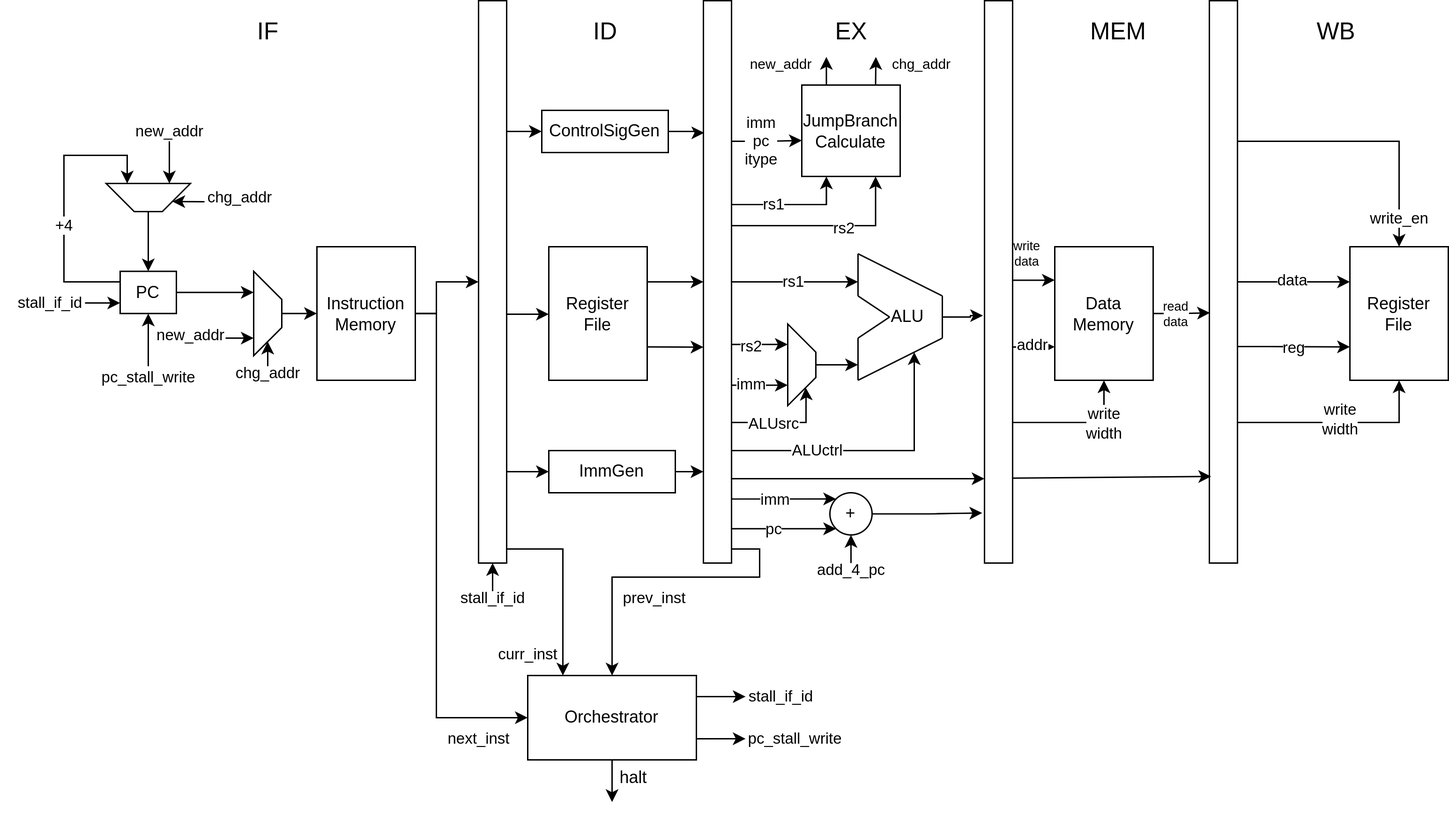
ntpt7921/CompEngProj keeps this draw.io diagram as Report/Slide/FirstStage/image/processor_5stage_pipeline.drawio.png. Above is the earlier version. Source tidied: cells renumbered, new cells last; positions are measured from the earlier drawing's top-left corner, leaving out a move shared by most shapes.
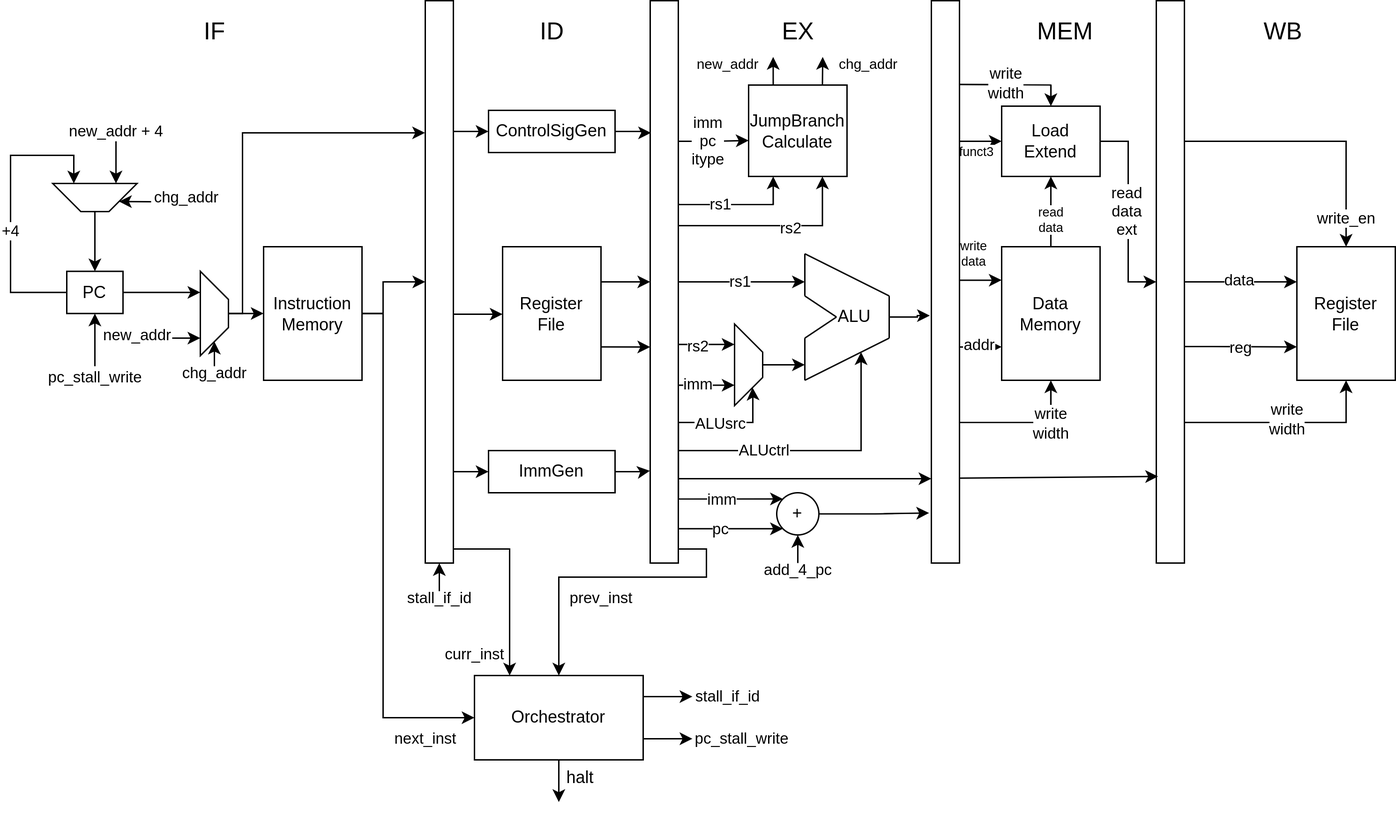
Above is the later version.

Change to the diagram source:
```diff
@@ -5,7 +5,7 @@
     <mxCell id="2" style="edgeStyle=orthogonalEdgeStyle;rounded=0;jettySize=auto;html=1;entryX=0.75;entryY=1;entryDx=0;entryDy=0;" parent="1" edge="1" source="5" target="7">
       <mxGeometry relative="1" as="geometry">
         <Array as="points">
-          <mxPoint x="45" y="200" />
+          <mxPoint x="45" y="208" />
           <mxPoint x="45" y="110" />
           <mxPoint x="90" y="110" />
         </Array>
@@ -26,18 +26,13 @@
     <mxCell id="7" style="shape=trapezoid;perimeter=trapezoidPerimeter;whiteSpace=wrap;html=1;fixedSize=1;direction=west;" parent="1" vertex="1">
       <mxGeometry x="75" y="130" width="60" height="20" as="geometry" />
     </mxCell>
-    <mxCell id="8" style="endArrow=classic;html=1;rounded=0;entryX=0;entryY=0.75;entryDx=0;entryDy=0;" parent="1" edge="1" target="5">
-      <mxGeometry relative="1" as="geometry">
-        <mxPoint x="60" y="215" as="sourcePoint" />
-      </mxGeometry>
-    </mxCell>
     <mxCell id="9" style="endArrow=classic;html=1;rounded=0;entryX=0.25;entryY=1;entryDx=0;entryDy=0;" parent="1" edge="1" target="7">
       <mxGeometry relative="1" as="geometry">
         <mxPoint x="120" y="100" as="sourcePoint" />
       </mxGeometry>
     </mxCell>
-    <mxCell id="10" value="&lt;font style=&quot;font-size: 11px;&quot;&gt;new_addr&lt;/font&gt;" style="text;html=1;align=center;verticalAlign=middle;strokeColor=none;fillColor=none;fontSize=11;" parent="1" vertex="1">
-      <mxGeometry x="85" y="78" width="70" height="30" as="geometry" />
+    <mxCell id="10" value="&lt;font style=&quot;font-size: 11px;&quot;&gt;new_addr + 4&lt;br&gt;&lt;/font&gt;" style="text;html=1;align=center;verticalAlign=middle;strokeColor=none;fillColor=none;fontSize=11;" parent="1" vertex="1">
+      <mxGeometry x="75" y="78" width="90" height="30" as="geometry" />
     </mxCell>
     <mxCell id="11" style="endArrow=classic;html=1;rounded=0;entryX=0;entryY=0.25;entryDx=0;entryDy=0;" parent="1" edge="1" target="7">
       <mxGeometry relative="1" as="geometry">
@@ -47,9 +42,18 @@
     <mxCell id="12" value="&lt;font style=&quot;font-size: 11px;&quot;&gt;chg_addr&lt;/font&gt;" style="text;html=1;align=center;verticalAlign=middle;strokeColor=none;fillColor=none;" parent="1" vertex="1">
       <mxGeometry x="135" y="125" width="70" height="30" as="geometry" />
     </mxCell>
-    <mxCell id="13" style="edgeStyle=orthogonalEdgeStyle;rounded=0;jettySize=auto;html=1;" parent="1" edge="1" source="14" target="20">
-      <mxGeometry relative="1" as="geometry" />
+    <mxCell id="13" style="edgeStyle=orthogonalEdgeStyle;rounded=0;jettySize=auto;html=1;entryX=-0.012;entryY=0.234;entryDx=0;entryDy=0;entryPerimeter=0;" parent="1" edge="1" source="14" target="46">
+      <mxGeometry relative="1" as="geometry">
+        <Array as="points">
+          <mxPoint x="210" y="223" />
+          <mxPoint x="210" y="94" />
+          <mxPoint x="340" y="94" />
+        </Array>
+      </mxGeometry>
     </mxCell>
+    <mxCell id="119" style="edgeStyle=orthogonalEdgeStyle;rounded=0;jettySize=auto;html=1;exitX=0.5;exitY=0;exitDx=0;exitDy=0;" parent="1" edge="1" source="14" target="20">
+      <mxGeometry relative="1" as="geometry" />
+    </mxCell>
     <mxCell id="14" style="shape=trapezoid;perimeter=trapezoidPerimeter;whiteSpace=wrap;html=1;fixedSize=1;direction=south;" parent="1" vertex="1">
       <mxGeometry x="180" y="192.5" width="20" height="60" as="geometry" />
     </mxCell>
@@ -91,13 +95,13 @@
       </mxGeometry>
     </mxCell>
     <mxCell id="22" value="Register&lt;br&gt;File" style="rounded=0;whiteSpace=wrap;html=1;" parent="1" vertex="1">
-      <mxGeometry x="390" y="175" width="70" height="95" as="geometry" />
+      <mxGeometry x="395" y="175" width="70" height="95" as="geometry" />
     </mxCell>
     <mxCell id="23" value="ControlSigGen" style="rounded=0;whiteSpace=wrap;html=1;" parent="1" vertex="1">
       <mxGeometry x="385" y="78" width="90" height="30" as="geometry" />
     </mxCell>
     <mxCell id="24" value="ImmGen" style="rounded=0;whiteSpace=wrap;html=1;" parent="1" vertex="1">
-      <mxGeometry x="390" y="320" width="90" height="30" as="geometry" />
+      <mxGeometry x="385" y="320" width="90" height="30" as="geometry" />
     </mxCell>
     <mxCell id="25" style="group;" parent="1" vertex="1">
       <mxGeometry x="610" y="180" width="60" height="90" as="geometry" />
@@ -353,6 +357,25 @@
     <mxCell id="71" value="addr" style="edgeLabel;html=1;align=center;verticalAlign=middle;" parent="70" vertex="1">
       <mxGeometry x="-0.09" y="2" relative="1" as="geometry" />
     </mxCell>
+    <mxCell id="120" style="edgeStyle=orthogonalEdgeStyle;rounded=0;jettySize=auto;html=1;exitX=1.058;exitY=0.149;exitDx=0;exitDy=0;entryX=0.5;entryY=0;entryDx=0;entryDy=0;exitPerimeter=0;" parent="1" edge="1" source="72" target="126">
+      <mxGeometry relative="1" as="geometry">
+        <Array as="points">
+          <mxPoint x="720" y="60" />
+          <mxPoint x="785" y="60" />
+        </Array>
+      </mxGeometry>
+    </mxCell>
+    <mxCell id="121" value="write&lt;br&gt;width" style="edgeLabel;html=1;align=center;verticalAlign=middle;" parent="120" vertex="1">
+      <mxGeometry x="-0.18" y="1" relative="1" as="geometry" />
+    </mxCell>
+    <mxCell id="122" style="edgeStyle=orthogonalEdgeStyle;rounded=0;jettySize=auto;html=1;exitX=1;exitY=0.25;exitDx=0;exitDy=0;" parent="1" edge="1" source="72" target="126">
+      <mxGeometry relative="1" as="geometry" />
+    </mxCell>
+    <mxCell id="123" value="funct3" style="edgeLabel;html=1;align=center;verticalAlign=middle;fontSize=9;" parent="122" vertex="1">
+      <mxGeometry x="-0.55" y="1" relative="1" as="geometry">
+        <mxPoint y="9" as="offset" />
+      </mxGeometry>
+    </mxCell>
     <mxCell id="72" style="rounded=0;whiteSpace=wrap;html=1;" parent="1" vertex="1">
       <mxGeometry x="700" width="20" height="400" as="geometry" />
     </mxCell>
@@ -459,7 +482,7 @@
     <mxCell id="97" style="endArrow=classic;html=1;rounded=0;exitX=0.984;exitY=0.849;exitDx=0;exitDy=0;exitPerimeter=0;entryX=0.062;entryY=0.846;entryDx=0;entryDy=0;entryPerimeter=0;" parent="1" edge="1" source="72" target="82">
       <mxGeometry relative="1" as="geometry" />
     </mxCell>
-    <mxCell id="98" style="edgeStyle=orthogonalEdgeStyle;rounded=0;jettySize=auto;html=1;entryX=0.019;entryY=0.555;entryDx=0;entryDy=0;entryPerimeter=0;" parent="1" edge="1" source="40" target="82">
+    <mxCell id="98" style="edgeStyle=orthogonalEdgeStyle;rounded=0;jettySize=auto;html=1;" parent="1" edge="1" source="40" target="126">
       <mxGeometry relative="1" as="geometry" />
     </mxCell>
     <mxCell id="99" value="read&lt;br style=&quot;font-size: 9px;&quot;&gt;data" style="edgeLabel;html=1;align=center;verticalAlign=middle;fontSize=9;" parent="98" vertex="1">
@@ -501,9 +524,6 @@
     <mxCell id="109" value="&lt;font style=&quot;font-size: 11px;&quot;&gt;stall_if_id&lt;/font&gt;" style="text;html=1;align=center;verticalAlign=middle;strokeColor=none;fillColor=none;" parent="1" vertex="1">
       <mxGeometry x="520" y="480" width="70" height="30" as="geometry" />
     </mxCell>
-    <mxCell id="110" value="&lt;font style=&quot;font-size: 11px;&quot;&gt;stall_if_id&lt;/font&gt;" style="text;html=1;align=center;verticalAlign=middle;strokeColor=none;fillColor=none;" parent="1" vertex="1">
-      <mxGeometry y="200" width="70" height="30" as="geometry" />
-    </mxCell>
     <mxCell id="111" value="&lt;font style=&quot;font-size: 10px;&quot;&gt;new_addr&lt;/font&gt;" style="text;html=1;align=center;verticalAlign=middle;strokeColor=none;fillColor=none;" parent="1" vertex="1">
       <mxGeometry x="520" y="30" width="70" height="30" as="geometry" />
     </mxCell>
@@ -532,5 +552,16 @@
     <mxCell id="118" value="&lt;font style=&quot;font-size: 11px;&quot;&gt;add_4_pc&lt;/font&gt;" style="text;html=1;align=center;verticalAlign=middle;strokeColor=none;fillColor=none;" parent="1" vertex="1">
       <mxGeometry x="570" y="390" width="70" height="30" as="geometry" />
     </mxCell>
+    <mxCell id="124" style="edgeStyle=orthogonalEdgeStyle;rounded=0;jettySize=auto;html=1;" parent="1" edge="1" source="126" target="82">
+      <mxGeometry relative="1" as="geometry" />
+    </mxCell>
+    <mxCell id="125" value="read&lt;br&gt;data&lt;br&gt;ext" style="edgeLabel;html=1;align=center;verticalAlign=middle;" parent="124" vertex="1">
+      <mxGeometry x="-0.04" y="-1" relative="1" as="geometry">
+        <mxPoint y="3" as="offset" />
+      </mxGeometry>
+    </mxCell>
+    <mxCell id="126" value="Load&lt;br&gt;Extend" style="rounded=0;whiteSpace=wrap;html=1;" parent="1" vertex="1">
+      <mxGeometry x="750" y="75" width="70" height="50" as="geometry" />
+    </mxCell>
   </root>
 </mxGraphModel>
```
